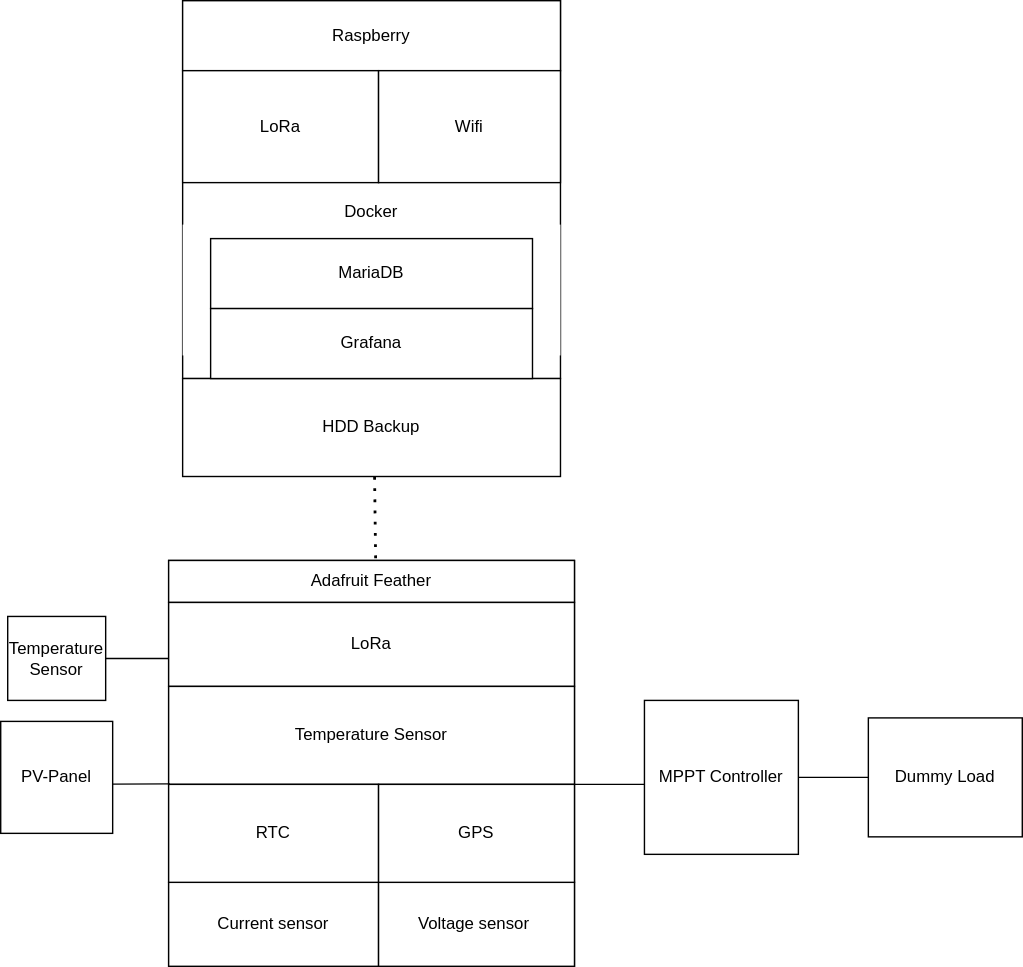
PSenfft/pv_test_station keeps this draw.io diagram as doc/PV_test_station.drawio.svg. Above is the earlier version. Source tidied: cells renumbered, new cells last; positions are measured from the earlier drawing's top-left corner, leaving out a move shared by most shapes.
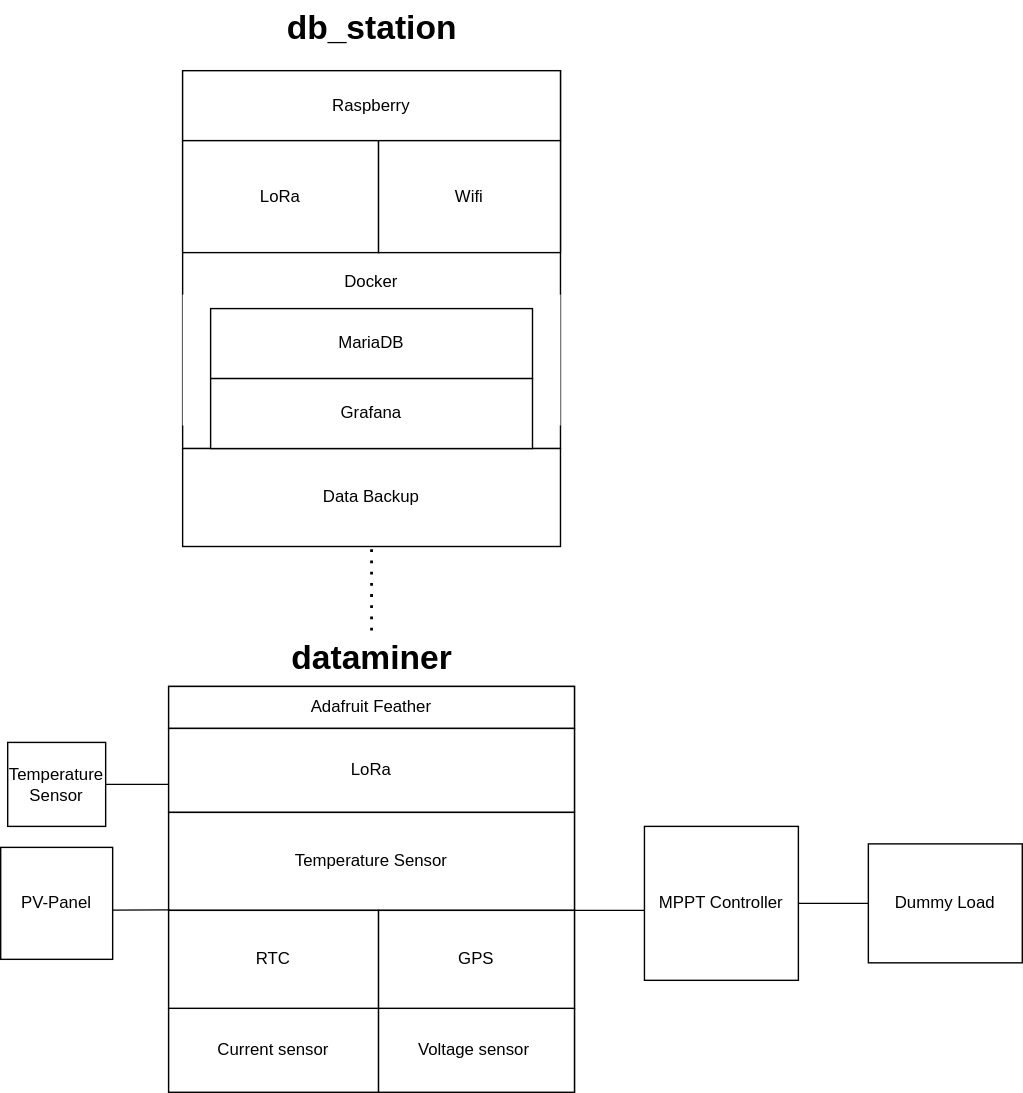
The same diagram one commit later.

The edit, as a diff of the source:
```diff
@@ -30,22 +30,22 @@
       <mxGeometry x="270" y="630" width="140" height="60" as="geometry" />
     </mxCell>
     <mxCell id="11" style="whiteSpace=wrap;html=1;" parent="1" vertex="1">
-      <mxGeometry x="130" width="270" height="270" as="geometry" />
+      <mxGeometry x="130" y="-40" width="270" height="270" as="geometry" />
     </mxCell>
     <mxCell id="12" value="Raspberry" style="rounded=0;whiteSpace=wrap;html=1;" parent="1" vertex="1">
-      <mxGeometry x="130" width="270" height="50" as="geometry" />
+      <mxGeometry x="130" y="-40" width="270" height="50" as="geometry" />
     </mxCell>
     <mxCell id="13" value="LoRa" style="rounded=0;whiteSpace=wrap;html=1;" parent="1" vertex="1">
-      <mxGeometry x="130" y="50" width="140" height="80" as="geometry" />
+      <mxGeometry x="130" y="10" width="140" height="80" as="geometry" />
     </mxCell>
     <mxCell id="14" value="Temperature Sensor" style="rounded=0;whiteSpace=wrap;html=1;" parent="1" vertex="1">
       <mxGeometry x="120" y="490" width="290" height="70" as="geometry" />
     </mxCell>
     <mxCell id="15" value="Wifi" style="rounded=0;whiteSpace=wrap;html=1;" parent="1" vertex="1">
-      <mxGeometry x="270" y="50" width="130" height="80" as="geometry" />
+      <mxGeometry x="270" y="10" width="130" height="80" as="geometry" />
     </mxCell>
-    <mxCell id="16" value="HDD Backup" style="rounded=0;whiteSpace=wrap;html=1;" parent="1" vertex="1">
-      <mxGeometry x="130" y="270" width="270" height="70" as="geometry" />
+    <mxCell id="16" value="Data Backup" style="rounded=0;whiteSpace=wrap;html=1;" parent="1" vertex="1">
+      <mxGeometry x="130" y="230" width="270" height="70" as="geometry" />
     </mxCell>
     <mxCell id="17" style="endArrow=none;html=1;rounded=0;" parent="1" edge="1">
       <mxGeometry relative="1" as="geometry">
@@ -67,8 +67,10 @@
         <mxPoint x="120" y="470" as="sourcePoint" />
       </mxGeometry>
     </mxCell>
-    <mxCell id="21" style="endArrow=none;dashed=1;html=1;dashPattern=1 3;strokeWidth=2;rounded=0;entryX=0.508;entryY=1.003;entryDx=0;entryDy=0;entryPerimeter=0;exitX=0.51;exitY=-0.055;exitDx=0;exitDy=0;exitPerimeter=0;" parent="1" edge="1" source="4" target="16">
-      <mxGeometry relative="1" as="geometry" />
+    <mxCell id="21" style="endArrow=none;dashed=1;html=1;dashPattern=1 3;strokeWidth=2;rounded=0;exitX=0.5;exitY=0;exitDx=0;exitDy=0;" parent="1" edge="1" source="28">
+      <mxGeometry relative="1" as="geometry">
+        <mxPoint x="265" y="300" as="targetPoint" />
+      </mxGeometry>
     </mxCell>
     <mxCell id="22" value="RTC" style="rounded=0;whiteSpace=wrap;html=1;" parent="1" vertex="1">
       <mxGeometry x="120" y="560" width="150" height="70" as="geometry" />
@@ -77,13 +79,19 @@
       <mxGeometry x="270" y="560" width="140" height="70" as="geometry" />
     </mxCell>
     <mxCell id="24" value="Docker" style="rounded=0;whiteSpace=wrap;html=1;labelPosition=center;verticalLabelPosition=top;align=center;verticalAlign=bottom;strokeColor=none;" parent="1" vertex="1">
-      <mxGeometry x="130" y="160" width="270" height="93.5" as="geometry" />
+      <mxGeometry x="130" y="120" width="270" height="93.5" as="geometry" />
     </mxCell>
     <mxCell id="25" value="MariaDB" style="rounded=0;whiteSpace=wrap;html=1;" parent="1" vertex="1">
-      <mxGeometry x="150" y="170" width="230" height="50" as="geometry" />
+      <mxGeometry x="150" y="130" width="230" height="50" as="geometry" />
     </mxCell>
     <mxCell id="26" value="Grafana" style="rounded=0;whiteSpace=wrap;html=1;" parent="1" vertex="1">
-      <mxGeometry x="150" y="220" width="230" height="50" as="geometry" />
+      <mxGeometry x="150" y="180" width="230" height="50" as="geometry" />
     </mxCell>
+    <mxCell id="27" value="db_station" style="text;strokeColor=none;fillColor=none;html=1;fontSize=24;fontStyle=1;verticalAlign=middle;align=center;" parent="1" vertex="1">
+      <mxGeometry x="215" y="-90" width="100" height="40" as="geometry" />
+    </mxCell>
+    <mxCell id="28" value="dataminer" style="text;strokeColor=none;fillColor=none;html=1;fontSize=24;fontStyle=1;verticalAlign=middle;align=center;" parent="1" vertex="1">
+      <mxGeometry x="215" y="360" width="100" height="40" as="geometry" />
+    </mxCell>
   </root>
 </mxGraphModel>
```
